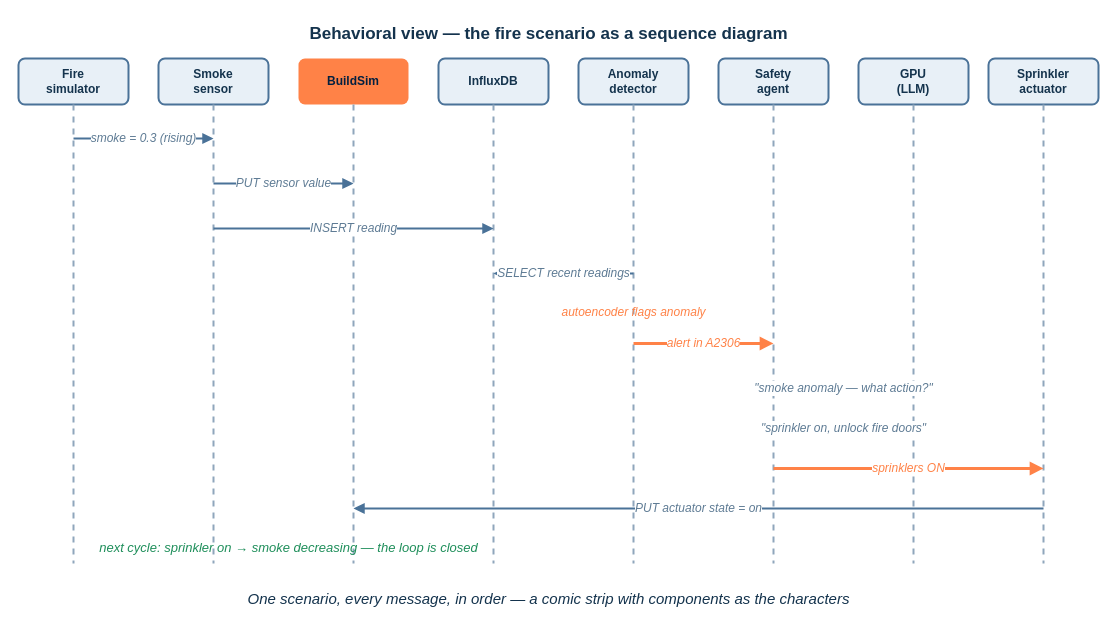
Earlier version of the draw.io diagram course-notes/diagrams/course-notes1-fig12.drawio (eislab-cps/D7065E). Source tidied: cells renumbered, new cells numbered last; positions are measured from the earlier drawing's top-left corner, leaving out a move shared by most shapes. Both pictures are drawn from the tidied source at 100%, with x=0, y=0 at pixel (18, 17).
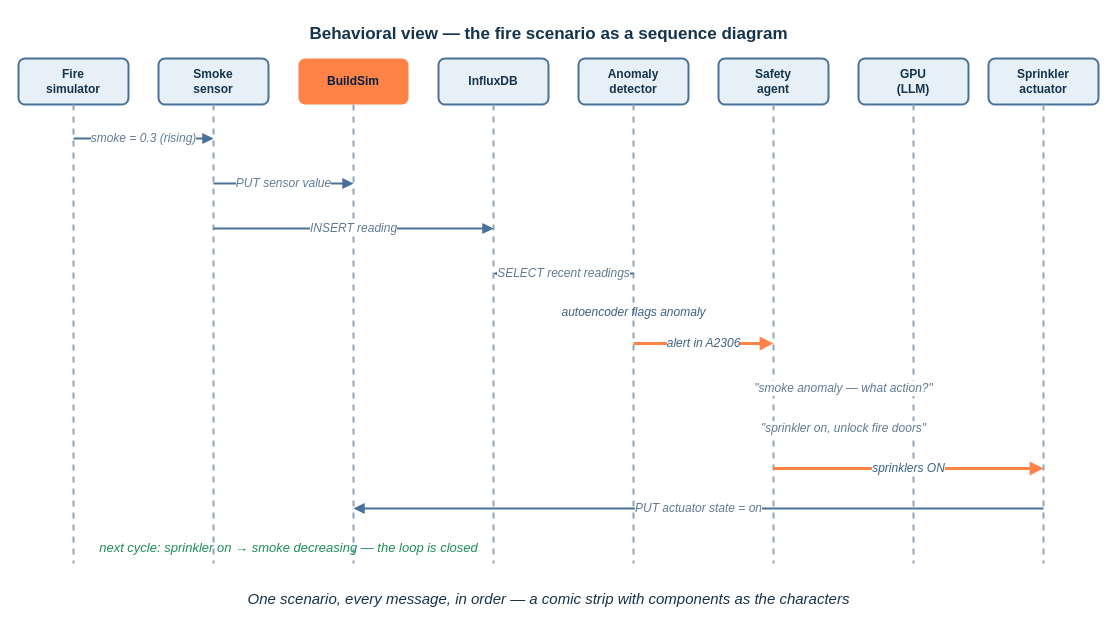
After the change.

What changed in the source:
```diff
@@
-    <mxCell id="23" value="autoencoder flags anomaly" style="text;html=1;align=center;fontColor=#FF8247;fontSize=12;fontStyle=2;fontFamily=Helvetica;" parent="1" vertex="1">
+    <mxCell id="23" value="autoencoder flags anomaly" style="text;html=1;align=center;fontColor=#3D6280;fontSize=12;fontStyle=2;fontFamily=Helvetica;" parent="1" vertex="1">
       <mxGeometry x="520" y="281" width="190" height="22" as="geometry" />
     </mxCell>
-    <mxCell id="24" value="alert in A2306" style="endArrow=block;html=1;strokeColor=#FF8247;strokeWidth=3;fontColor=#FF8247;fontSize=12;fontStyle=2;fontFamily=Helvetica;labelBackgroundColor=#FFFFFF;" parent="1" edge="1">
+    <mxCell id="24" value="alert in A2306" style="endArrow=block;html=1;strokeColor=#FF8247;strokeWidth=3;fontColor=#3D6280;fontSize=12;fontStyle=2;fontFamily=Helvetica;labelBackgroundColor=#FFFFFF;" parent="1" edge="1">
       <mxGeometry relative="1" as="geometry">
         <mxPoint x="615" y="326" as="sourcePoint" />
         <mxPoint x="755" y="326" as="targetPoint" />
       </mxGeometry>
     </mxCell>
@@
-    <mxCell id="27" value="sprinklers ON" style="endArrow=block;html=1;strokeColor=#FF8247;strokeWidth=3;fontColor=#FF8247;fontSize=12;fontStyle=2;fontFamily=Helvetica;labelBackgroundColor=#FFFFFF;" parent="1" edge="1">
+    <mxCell id="27" value="sprinklers ON" style="endArrow=block;html=1;strokeColor=#FF8247;strokeWidth=3;fontColor=#3D6280;fontSize=12;fontStyle=2;fontFamily=Helvetica;labelBackgroundColor=#FFFFFF;" parent="1" edge="1">
       <mxGeometry relative="1" as="geometry">
         <mxPoint x="755" y="451" as="sourcePoint" />
         <mxPoint x="1025" y="451" as="targetPoint" />
       </mxGeometry>
     </mxCell>
```
